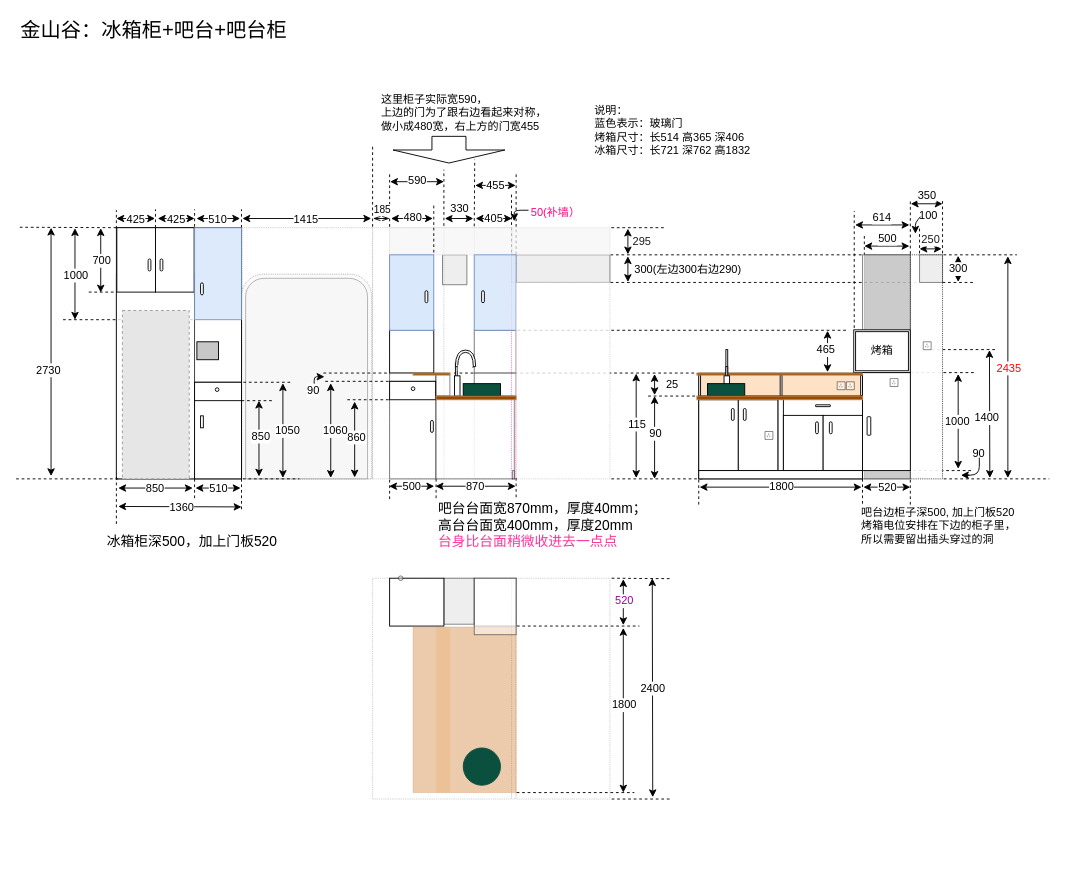
Above: page "Page-3" (3 of 3) of result/装修图07170617.drawio in Soffiaa/getTitles (draw.io), before the change. Source tidied: cells renumbered, new cells numbered last; positions are measured from the earlier drawing's top-left corner, leaving out a move shared by most shapes. Both pictures are drawn from the tidied source at 92%, with x=0, y=0 at pixel (16, 16). Pictures stored in the file or linked from it are replaced by grey dashed boxes.
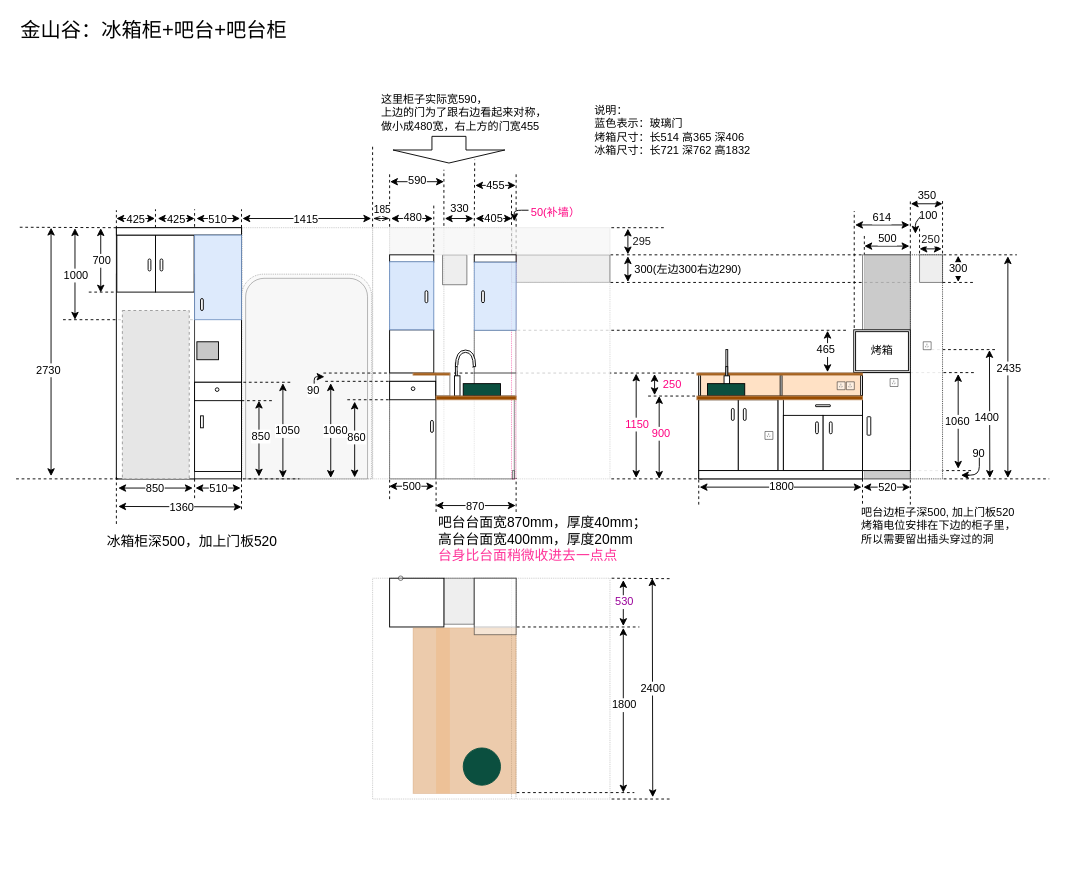
Above is the later version.

The change refers to these unchanged cells:
```xml
<mxCell id="118" style="endArrow=classic;startArrow=classic;html=1;" parent="1" edge="1">
  <mxGeometry relative="1" as="geometry">
    <mxPoint x="674" y="502" as="sourcePoint" />
    <mxPoint x="674" y="388.5" as="targetPoint" />
  </mxGeometry>
</mxCell>
<mxCell id="120" style="endArrow=classic;startArrow=classic;html=1;" parent="1" edge="1">
  <mxGeometry relative="1" as="geometry">
    <mxPoint x="694" y="412" as="sourcePoint" />
    <mxPoint x="694" y="389" as="targetPoint" />
  </mxGeometry>
</mxCell>
<mxCell id="130" style="endArrow=classic;startArrow=classic;html=1;" parent="1" edge="1">
  <mxGeometry relative="1" as="geometry">
    <mxPoint x="1078" y="502" as="sourcePoint" />
    <mxPoint x="1078" y="261" as="targetPoint" />
  </mxGeometry>
</mxCell>
<mxCell id="168" style="group;" parent="164" vertex="1">
  <mxGeometry x="26" y="25" width="85.5" height="506" as="geometry" />
</mxCell>
<mxCell id="185" style="group;" parent="168" vertex="1">
  <mxGeometry x="-54" y="-14" width="109.5" height="520" as="geometry" />
</mxCell>
<mxCell id="277" style="endArrow=classic;startArrow=classic;html=1;" parent="1" edge="1">
  <mxGeometry relative="1" as="geometry">
    <mxPoint x="1024" y="492" as="sourcePoint" />
    <mxPoint x="1024" y="389" as="targetPoint" />
  </mxGeometry>
</mxCell>
```

Change to the diagram source:
```diff
@@
     <mxCell id="49" style="rounded=0;whiteSpace=wrap;html=1;" parent="1" vertex="1">
-      <mxGeometry x="194" y="398" width="51" height="105" as="geometry" />
+      <mxGeometry x="194" y="398" width="51" height="97" as="geometry" />
     </mxCell>
@@
     <mxCell id="95" style="rounded=0;whiteSpace=wrap;html=1;" parent="1" vertex="1">
-      <mxGeometry x="406" y="611" width="59" height="52" as="geometry" />
+      <mxGeometry x="406" y="611" width="59" height="53" as="geometry" />
     </mxCell>
     <mxCell id="96" style="rounded=0;whiteSpace=wrap;html=1;strokeColor=#BD8653;fixDash=0;fillColor=#BA8452;opacity=30;" parent="1" vertex="1">
-      <mxGeometry x="431.5" y="664" width="112" height="180" as="geometry" />
+      <mxGeometry x="431.5" y="665" width="112" height="180" as="geometry" />
     </mxCell>
@@
     <mxCell id="115" style="rounded=0;whiteSpace=wrap;html=1;strokeColor=#000000;fixDash=0;opacity=50;" parent="1" vertex="1">
-      <mxGeometry x="498" y="611" width="45.5" height="52" as="geometry" />
+      <mxGeometry x="498" y="611" width="45.5" height="53" as="geometry" />
     </mxCell>
@@
-    <mxCell id="119" value="115" style="text;html=1;align=center;verticalAlign=middle;labelBackgroundColor=#ffffff;" parent="118" vertex="1">
+    <mxCell id="119" value="1150" style="text;html=1;align=center;verticalAlign=middle;labelBackgroundColor=#ffffff;fontColor=#FF0080;" parent="118" vertex="1">
       <mxGeometry x="-0.23" y="1" relative="1" as="geometry">
         <mxPoint x="1" y="-14.5" as="offset" />
       </mxGeometry>
     </mxCell>
@@
-    <mxCell id="121" value="25" style="text;html=1;align=center;verticalAlign=middle;labelBackgroundColor=#ffffff;" parent="120" vertex="1">
+    <mxCell id="121" value="250" style="text;html=1;align=center;verticalAlign=middle;labelBackgroundColor=#ffffff;fontColor=#FF0080;" parent="120" vertex="1">
       <mxGeometry x="-0.23" y="1" relative="1" as="geometry">
         <mxPoint x="19.5" y="-2.5" as="offset" />
       </mxGeometry>
     </mxCell>
@@
     <mxCell id="123" style="endArrow=classic;startArrow=classic;html=1;" parent="1" edge="1">
       <mxGeometry relative="1" as="geometry">
-        <mxPoint x="694" y="503" as="sourcePoint" />
-        <mxPoint x="694" y="413" as="targetPoint" />
+        <mxPoint x="699" y="503" as="sourcePoint" />
+        <mxPoint x="699" y="413" as="targetPoint" />
       </mxGeometry>
     </mxCell>
-    <mxCell id="124" value="90" style="text;html=1;align=center;verticalAlign=middle;labelBackgroundColor=#ffffff;" parent="123" vertex="1">
+    <mxCell id="124" value="900" style="text;html=1;align=center;verticalAlign=middle;labelBackgroundColor=#ffffff;fontColor=#FF0080;" parent="123" vertex="1">
       <mxGeometry x="-0.23" y="1" relative="1" as="geometry">
-        <mxPoint x="1" y="-14.5" as="offset" />
+        <mxPoint x="2" y="-14.5" as="offset" />
       </mxGeometry>
     </mxCell>
@@
-    <mxCell id="131" value="2435" style="text;html=1;align=center;verticalAlign=middle;labelBackgroundColor=#ffffff;fontColor=#FF0000;" parent="130" vertex="1">
+    <mxCell id="131" value="2435" style="text;html=1;align=center;verticalAlign=middle;labelBackgroundColor=#ffffff;fontColor=#000000;" parent="130" vertex="1">
       <mxGeometry x="-0.23" y="1" relative="1" as="geometry">
         <mxPoint x="1" y="-27" as="offset" />
       </mxGeometry>
     </mxCell>
@@
     <mxCell id="152" style="endArrow=none;dashed=1;html=1;" parent="1" edge="1">
       <mxGeometry relative="1" as="geometry">
-        <mxPoint x="544.3" y="663" as="sourcePoint" />
-        <mxPoint x="677.5" y="663" as="targetPoint" />
+        <mxPoint x="544.3" y="664" as="sourcePoint" />
+        <mxPoint x="677.5" y="664" as="targetPoint" />
       </mxGeometry>
     </mxCell>
     <mxCell id="153" style="endArrow=classic;startArrow=classic;html=1;" parent="1" edge="1">
       <mxGeometry relative="1" as="geometry">
-        <mxPoint x="660" y="662" as="sourcePoint" />
-        <mxPoint x="660" y="612" as="targetPoint" />
+        <mxPoint x="660" y="663" as="sourcePoint" />
+        <mxPoint x="660" y="613" as="targetPoint" />
       </mxGeometry>
     </mxCell>
-    <mxCell id="154" value="520" style="text;html=1;align=center;verticalAlign=middle;labelBackgroundColor=#ffffff;fontColor=#990099;" parent="153" vertex="1">
+    <mxCell id="154" value="530" style="text;html=1;align=center;verticalAlign=middle;labelBackgroundColor=#ffffff;fontColor=#990099;" parent="153" vertex="1">
       <mxGeometry x="-0.23" y="1" relative="1" as="geometry">
         <mxPoint x="1" y="-7.5" as="offset" />
       </mxGeometry>
     </mxCell>
@@
-    <mxCell id="159" style="rounded=0;whiteSpace=wrap;html=1;opacity=90;fillColor=#dae8fc;strokeColor=#6c8ebf;" parent="1" vertex="1">
-      <mxGeometry x="498" y="259.5" width="45.5" height="82" as="geometry" />
-    </mxCell>
-    <mxCell id="160" style="rounded=1;whiteSpace=wrap;html=1;strokeColor=#000000;fillColor=#FFFFFF;rotation=90;arcSize=50;" parent="1" vertex="1">
-      <mxGeometry x="501" y="303.5" width="13" height="3" as="geometry" />
-    </mxCell>
-    <mxCell id="161" style="rounded=0;whiteSpace=wrap;html=1;fillColor=#dae8fc;strokeColor=#6c8ebf;" parent="1" vertex="1">
-      <mxGeometry x="406" y="259.5" width="48" height="82" as="geometry" />
-    </mxCell>
-    <mxCell id="162" style="rounded=1;whiteSpace=wrap;html=1;strokeColor=#000000;fillColor=#FFFFFF;rotation=90;arcSize=50;" parent="1" vertex="1">
-      <mxGeometry x="439.5" y="303.5" width="13" height="3" as="geometry" />
-    </mxCell>
@@
     <mxCell id="191" style="endArrow=none;dashed=1;html=1;" parent="185" edge="1">
       <mxGeometry relative="1" as="geometry">
-        <mxPoint x="49.5" y="125" as="sourcePoint" />
-        <mxPoint x="49.5" y="104" as="targetPoint" />
+        <mxPoint x="49.5" y="140" as="sourcePoint" />
+        <mxPoint x="49.5" y="105" as="targetPoint" />
       </mxGeometry>
     </mxCell>
@@
     <mxCell id="194" style="endArrow=classic;startArrow=classic;html=1;" parent="185" edge="1">
       <mxGeometry relative="1" as="geometry">
-        <mxPoint x="49" y="112" as="sourcePoint" />
-        <mxPoint x="136" y="112" as="targetPoint" />
+        <mxPoint x="49" y="133" as="sourcePoint" />
+        <mxPoint x="136" y="133" as="targetPoint" />
       </mxGeometry>
     </mxCell>
@@
     <mxCell id="197" style="endArrow=none;dashed=1;html=1;" parent="168" edge="1">
       <mxGeometry relative="1" as="geometry">
-        <mxPoint x="82.5" y="110" as="sourcePoint" />
+        <mxPoint x="82.5" y="126" as="sourcePoint" />
         <mxPoint x="82.5" y="89" as="targetPoint" />
       </mxGeometry>
     </mxCell>
@@
     <mxCell id="199" style="rounded=0;whiteSpace=wrap;html=1;strokeColor=none;fixDash=0;fillColor=#EDA868;opacity=30;" parent="1" vertex="1">
-      <mxGeometry x="456.5" y="664" width="87" height="180" as="geometry" />
+      <mxGeometry x="456.5" y="665" width="87" height="180" as="geometry" />
     </mxCell>
@@
     <mxCell id="201" style="rounded=0;whiteSpace=wrap;html=1;strokeColor=none;fixDash=0;fillColor=#EDA868;opacity=30;" parent="1" vertex="1">
-      <mxGeometry x="431.5" y="664" width="40" height="180" as="geometry" />
+      <mxGeometry x="431.5" y="665" width="40" height="180" as="geometry" />
     </mxCell>
@@
     <mxCell id="256" style="rounded=0;whiteSpace=wrap;html=1;" parent="1" vertex="1">
-      <mxGeometry x="151.5" y="230" width="42" height="70" as="geometry" />
+      <mxGeometry x="151.5" y="238" width="42" height="62" as="geometry" />
     </mxCell>
@@
-    <mxCell id="259" style="rounded=0;whiteSpace=wrap;html=1;fillColor=#dae8fc;strokeColor=#6c8ebf;opacity=90;" parent="1" vertex="1">
-      <mxGeometry x="194" y="230" width="51" height="100" as="geometry" />
-    </mxCell>
-    <mxCell id="260" style="rounded=1;whiteSpace=wrap;html=1;strokeColor=#000000;fillColor=#FFFFFF;rotation=90;arcSize=50;" parent="1" vertex="1">
-      <mxGeometry x="195.5" y="295" width="13" height="3" as="geometry" />
-    </mxCell>
     <mxCell id="261" style="rounded=0;whiteSpace=wrap;html=1;" parent="1" vertex="1">
-      <mxGeometry x="109.5" y="230" width="42" height="70" as="geometry" />
+      <mxGeometry x="109.5" y="238" width="42" height="62" as="geometry" />
     </mxCell>
@@
-    <mxCell id="278" value="1000" style="text;html=1;align=center;verticalAlign=middle;labelBackgroundColor=#ffffff;" parent="277" vertex="1">
+    <mxCell id="278" value="1060" style="text;html=1;align=center;verticalAlign=middle;labelBackgroundColor=#ffffff;" parent="277" vertex="1">
       <mxGeometry x="-0.23" y="1" relative="1" as="geometry">
         <mxPoint x="-1" y="-12" as="offset" />
       </mxGeometry>
     </mxCell>
@@
     <mxCell id="292" value="吧台台面宽870mm，厚度40mm；&lt;br&gt;高台台面宽400mm，厚度20mm&lt;br&gt;&lt;font color=&quot;#ff3399&quot;&gt;台身比台面稍微收进去一点点&lt;/font&gt;" style="text;html=1;align=left;verticalAlign=top;spacingTop=-4;fontSize=15;fontColor=#000000;" parent="1" vertex="1">
-      <mxGeometry x="456.5" y="524" width="240" height="60" as="geometry" />
+      <mxGeometry x="456.5" y="539" width="240" height="60" as="geometry" />
     </mxCell>
@@
+    <mxCell id="294" style="rounded=0;whiteSpace=wrap;html=1;rotation=0;" parent="1" vertex="1">
+      <mxGeometry x="406" y="259.5" width="48" height="8" as="geometry" />
+    </mxCell>
+    <mxCell id="161" style="rounded=0;whiteSpace=wrap;html=1;fillColor=#dae8fc;strokeColor=#6c8ebf;" parent="1" vertex="1">
+      <mxGeometry x="406" y="267" width="48" height="74" as="geometry" />
+    </mxCell>
+    <mxCell id="162" style="rounded=1;whiteSpace=wrap;html=1;strokeColor=#000000;fillColor=#FFFFFF;rotation=90;arcSize=50;" parent="1" vertex="1">
+      <mxGeometry x="439.5" y="303.5" width="13" height="3" as="geometry" />
+    </mxCell>
+    <mxCell id="295" style="rounded=0;whiteSpace=wrap;html=1;rotation=0;" parent="1" vertex="1">
+      <mxGeometry x="498" y="259.5" width="45.5" height="8" as="geometry" />
+    </mxCell>
+    <mxCell id="159" style="rounded=0;whiteSpace=wrap;html=1;opacity=90;fillColor=#dae8fc;strokeColor=#6c8ebf;" parent="1" vertex="1">
+      <mxGeometry x="498" y="267.5" width="45.5" height="74" as="geometry" />
+    </mxCell>
+    <mxCell id="160" style="rounded=1;whiteSpace=wrap;html=1;strokeColor=#000000;fillColor=#FFFFFF;rotation=90;arcSize=50;" parent="1" vertex="1">
+      <mxGeometry x="501" y="303.5" width="13" height="3" as="geometry" />
+    </mxCell>
+    <mxCell id="296" style="rounded=0;whiteSpace=wrap;html=1;rotation=0;" parent="1" vertex="1">
+      <mxGeometry x="109" y="230" width="136" height="8" as="geometry" />
+    </mxCell>
+    <mxCell id="259" style="rounded=0;whiteSpace=wrap;html=1;fillColor=#dae8fc;strokeColor=#6c8ebf;opacity=90;" parent="1" vertex="1">
+      <mxGeometry x="194" y="238" width="51" height="92" as="geometry" />
+    </mxCell>
+    <mxCell id="260" style="rounded=1;whiteSpace=wrap;html=1;strokeColor=#000000;fillColor=#FFFFFF;rotation=90;arcSize=50;" parent="1" vertex="1">
+      <mxGeometry x="195.5" y="312" width="13" height="3" as="geometry" />
+    </mxCell>
```
